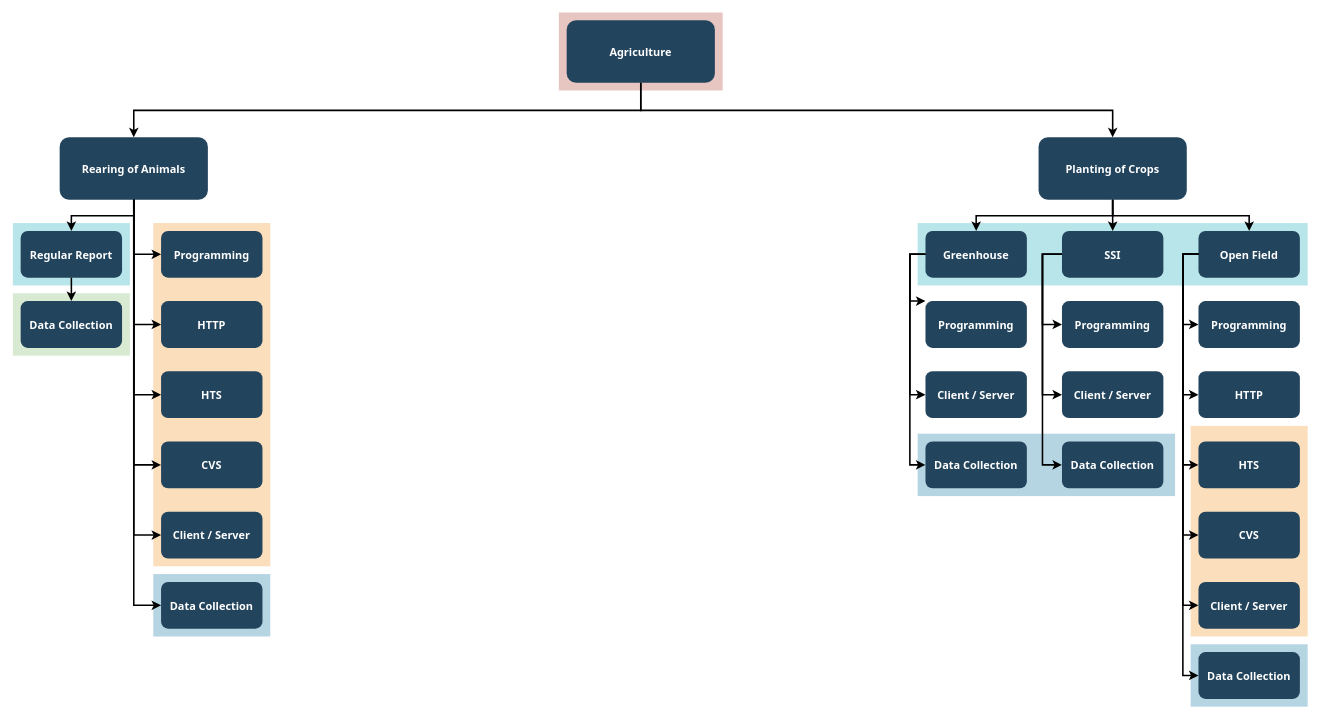
This is Untitled Diagram.drawio from obasekore/drawings, a draw.io file, before an edit. Source tidied: cells renumbered, new cells numbered last; positions are measured from the earlier drawing's top-left corner, leaving out a move shared by most shapes. Both pictures are drawn from the tidied source at 78%, with x=0, y=0 at pixel (12, 12).
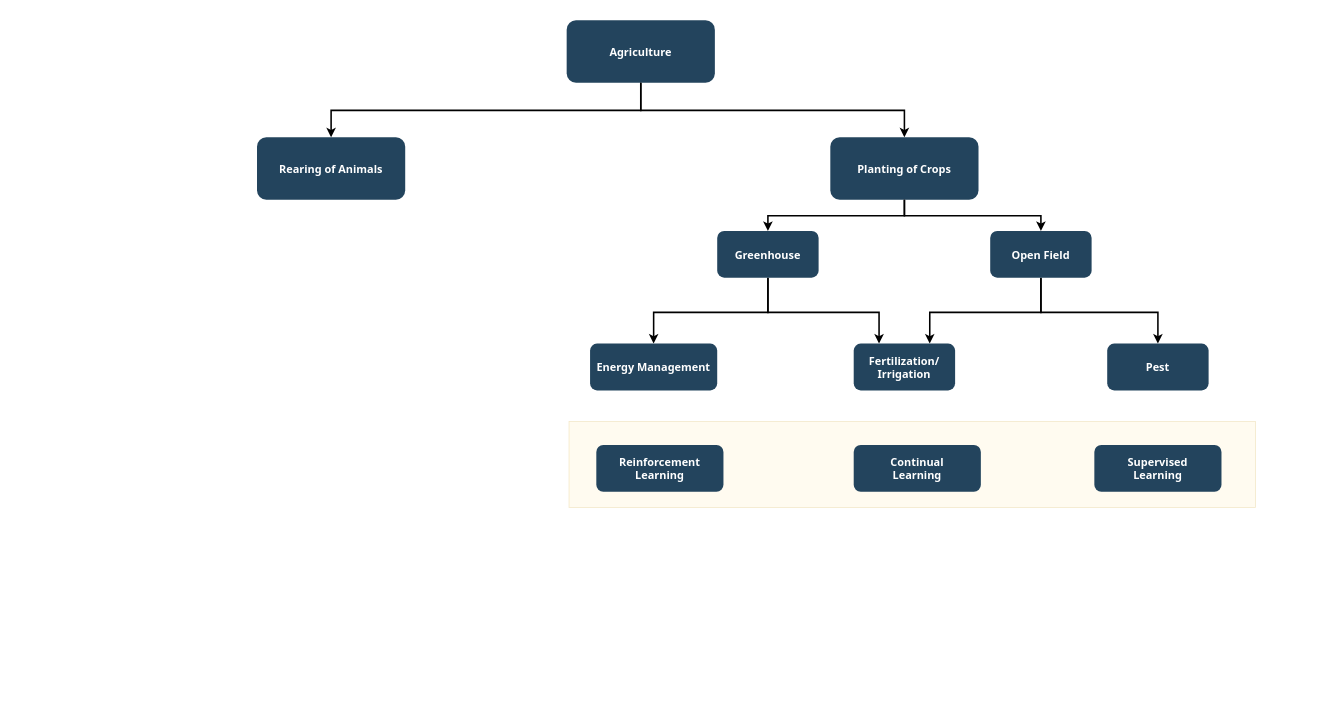
The same diagram, later.

The change refers to these unchanged cells:
```xml
<mxCell id="11" value="Agriculture" style="rounded=1;fillColor=#23445D;gradientColor=none;strokeColor=none;fontColor=#FFFFFF;fontStyle=1;fontFamily=Tahoma;fontSize=14;" parent="1" vertex="1">
  <mxGeometry x="710" y="9.5" width="190" height="80" as="geometry" />
</mxCell>
```

Diff of the diagram source:
```diff
@@
-    <mxCell id="2" style="fillColor=#AE4132;strokeColor=none;opacity=30;" parent="1" vertex="1">
-      <mxGeometry x="700" y="-0.5" width="210" height="100" as="geometry" />
-    </mxCell>
-    <mxCell id="3" style="fillColor=#F2931E;strokeColor=none;opacity=30;" parent="1" vertex="1">
-      <mxGeometry x="1510" y="529.5" width="150" height="270" as="geometry" />
-    </mxCell>
-    <mxCell id="4" style="fillColor=#F2931E;strokeColor=none;opacity=30;" parent="1" vertex="1">
-      <mxGeometry x="180" y="269.5" width="150" height="440" as="geometry" />
-    </mxCell>
-    <mxCell id="5" style="fillColor=#10739E;strokeColor=none;opacity=30;" parent="1" vertex="1">
-      <mxGeometry x="1510" y="809.5" width="150" height="80" as="geometry" />
-    </mxCell>
-    <mxCell id="6" style="fillColor=#10739E;strokeColor=none;opacity=30;" parent="1" vertex="1">
-      <mxGeometry x="1160" y="539.5" width="330" height="80" as="geometry" />
-    </mxCell>
-    <mxCell id="7" style="fillColor=#10739E;strokeColor=none;opacity=30;" parent="1" vertex="1">
-      <mxGeometry x="180" y="719.5" width="150" height="80" as="geometry" />
-    </mxCell>
-    <mxCell id="8" style="fillColor=#D9EAD3;strokeColor=none;" parent="1" vertex="1">
-      <mxGeometry y="359.5" width="150" height="80" as="geometry" />
-    </mxCell>
-    <mxCell id="9" style="fillColor=#12AAB5;strokeColor=none;opacity=30;" parent="1" vertex="1">
-      <mxGeometry x="1160" y="269.5" width="500" height="80" as="geometry" />
-    </mxCell>
-    <mxCell id="10" style="fillColor=#12AAB5;strokeColor=none;opacity=30;" parent="1" vertex="1">
-      <mxGeometry y="269.5" width="150" height="80" as="geometry" />
-    </mxCell>
+    <mxCell id="62" style="rounded=0;whiteSpace=wrap;html=1;fillColor=#fff2cc;strokeColor=#d6b656;opacity=30;" parent="1" vertex="1">
+      <mxGeometry x="713" y="524" width="880" height="110" as="geometry" />
+    </mxCell>
@@
     <mxCell id="12" value="Planting of Crops" style="rounded=1;fillColor=#23445D;gradientColor=none;strokeColor=none;fontColor=#FFFFFF;fontStyle=1;fontFamily=Tahoma;fontSize=14;" parent="1" vertex="1">
-      <mxGeometry x="1315" y="159.5" width="190" height="80" as="geometry" />
+      <mxGeometry x="1048" y="159.5" width="190" height="80" as="geometry" />
     </mxCell>
-    <mxCell id="13" style="edgeStyle=elbowEdgeStyle;elbow=vertical;strokeWidth=2;rounded=0;" parent="1" edge="1" source="11" target="12">
+    <mxCell id="13" style="edgeStyle=elbowEdgeStyle;elbow=vertical;strokeWidth=2;rounded=0;flowAnimation=1;" parent="1" edge="1" source="11" target="12">
       <mxGeometry x="337" y="215.5" as="geometry" />
     </mxCell>
     <mxCell id="14" value="Rearing of Animals" style="rounded=1;fillColor=#23445D;gradientColor=none;strokeColor=none;fontColor=#FFFFFF;fontStyle=1;fontFamily=Tahoma;fontSize=14;" parent="1" vertex="1">
-      <mxGeometry x="60" y="159.5" width="190" height="80" as="geometry" />
+      <mxGeometry x="313" y="159.5" width="190" height="80" as="geometry" />
     </mxCell>
-    <mxCell id="15" value="Regular Report" style="rounded=1;fillColor=#23445D;gradientColor=none;strokeColor=none;fontColor=#FFFFFF;fontStyle=1;fontFamily=Tahoma;fontSize=14;" parent="1" vertex="1">
-      <mxGeometry x="10" y="279.5" width="130" height="60" as="geometry" />
-    </mxCell>
-    <mxCell id="16" value="Data Collection" style="rounded=1;fillColor=#23445D;gradientColor=none;strokeColor=none;fontColor=#FFFFFF;fontStyle=1;fontFamily=Tahoma;fontSize=14;" parent="1" vertex="1">
-      <mxGeometry x="10" y="369.5" width="130" height="60" as="geometry" />
-    </mxCell>
-    <mxCell id="17" value="Programming" style="rounded=1;fillColor=#23445D;gradientColor=none;strokeColor=none;fontColor=#FFFFFF;fontStyle=1;fontFamily=Tahoma;fontSize=14;" parent="1" vertex="1">
-      <mxGeometry x="190" y="279.5" width="130" height="60" as="geometry" />
-    </mxCell>
-    <mxCell id="18" value="HTTP" style="rounded=1;fillColor=#23445D;gradientColor=none;strokeColor=none;fontColor=#FFFFFF;fontStyle=1;fontFamily=Tahoma;fontSize=14;" parent="1" vertex="1">
-      <mxGeometry x="190" y="369.5" width="130" height="60" as="geometry" />
-    </mxCell>
-    <mxCell id="19" value="HTS" style="rounded=1;fillColor=#23445D;gradientColor=none;strokeColor=none;fontColor=#FFFFFF;fontStyle=1;fontFamily=Tahoma;fontSize=14;" parent="1" vertex="1">
-      <mxGeometry x="190" y="459.5" width="130" height="60" as="geometry" />
-    </mxCell>
-    <mxCell id="20" value="CVS" style="rounded=1;fillColor=#23445D;gradientColor=none;strokeColor=none;fontColor=#FFFFFF;fontStyle=1;fontFamily=Tahoma;fontSize=14;" parent="1" vertex="1">
-      <mxGeometry x="190" y="549.5" width="130" height="60" as="geometry" />
-    </mxCell>
-    <mxCell id="21" value="Client / Server" style="rounded=1;fillColor=#23445D;gradientColor=none;strokeColor=none;fontColor=#FFFFFF;fontStyle=1;fontFamily=Tahoma;fontSize=14;" parent="1" vertex="1">
-      <mxGeometry x="190" y="639.5" width="130" height="60" as="geometry" />
-    </mxCell>
-    <mxCell id="22" value="Data Collection" style="rounded=1;fillColor=#23445D;gradientColor=none;strokeColor=none;fontColor=#FFFFFF;fontStyle=1;fontFamily=Tahoma;fontSize=14;" parent="1" vertex="1">
-      <mxGeometry x="190" y="729.5" width="130" height="60" as="geometry" />
-    </mxCell>
+    <mxCell id="63" style="edgeStyle=orthogonalEdgeStyle;rounded=0;jettySize=auto;html=1;exitX=0.5;exitY=1;exitDx=0;exitDy=0;entryX=0.25;entryY=0;entryDx=0;entryDy=0;strokeWidth=2;flowAnimation=1;" parent="1" edge="1" source="23" target="32">
+      <mxGeometry relative="1" as="geometry">
+        <Array as="points">
+          <mxPoint x="968" y="384" />
+          <mxPoint x="1111" y="384" />
+        </Array>
+      </mxGeometry>
+    </mxCell>
+    <mxCell id="64" style="edgeStyle=orthogonalEdgeStyle;rounded=0;jettySize=auto;html=1;exitX=0.5;exitY=1;exitDx=0;exitDy=0;entryX=0.5;entryY=0;entryDx=0;entryDy=0;strokeWidth=2;flowAnimation=1;" parent="1" edge="1" source="23" target="67">
+      <mxGeometry relative="1" as="geometry">
+        <Array as="points">
+          <mxPoint x="968" y="384" />
+          <mxPoint x="822" y="384" />
+        </Array>
+      </mxGeometry>
+    </mxCell>
     <mxCell id="23" value="Greenhouse" style="rounded=1;fillColor=#23445D;gradientColor=none;strokeColor=none;fontColor=#FFFFFF;fontStyle=1;fontFamily=Tahoma;fontSize=14;" parent="1" vertex="1">
-      <mxGeometry x="1170" y="279.5" width="130" height="60" as="geometry" />
+      <mxGeometry x="903" y="279.5" width="130" height="60" as="geometry" />
     </mxCell>
-    <mxCell id="24" value="Programming" style="rounded=1;fillColor=#23445D;gradientColor=none;strokeColor=none;fontColor=#FFFFFF;fontStyle=1;fontFamily=Tahoma;fontSize=14;" parent="1" vertex="1">
-      <mxGeometry x="1170" y="369.5" width="130" height="60" as="geometry" />
-    </mxCell>
-    <mxCell id="25" value="Client / Server" style="rounded=1;fillColor=#23445D;gradientColor=none;strokeColor=none;fontColor=#FFFFFF;fontStyle=1;fontFamily=Tahoma;fontSize=14;" parent="1" vertex="1">
-      <mxGeometry x="1170" y="459.5" width="130" height="60" as="geometry" />
-    </mxCell>
-    <mxCell id="26" value="Data Collection" style="rounded=1;fillColor=#23445D;gradientColor=none;strokeColor=none;fontColor=#FFFFFF;fontStyle=1;fontFamily=Tahoma;fontSize=14;" parent="1" vertex="1">
-      <mxGeometry x="1170" y="549.5" width="130" height="60" as="geometry" />
-    </mxCell>
-    <mxCell id="27" value="SSI" style="rounded=1;fillColor=#23445D;gradientColor=none;strokeColor=none;fontColor=#FFFFFF;fontStyle=1;fontFamily=Tahoma;fontSize=14;" parent="1" vertex="1">
-      <mxGeometry x="1345" y="279.5" width="130" height="60" as="geometry" />
-    </mxCell>
-    <mxCell id="28" value="Programming" style="rounded=1;fillColor=#23445D;gradientColor=none;strokeColor=none;fontColor=#FFFFFF;fontStyle=1;fontFamily=Tahoma;fontSize=14;" parent="1" vertex="1">
-      <mxGeometry x="1345" y="369.5" width="130" height="60" as="geometry" />
-    </mxCell>
-    <mxCell id="29" value="Client / Server" style="rounded=1;fillColor=#23445D;gradientColor=none;strokeColor=none;fontColor=#FFFFFF;fontStyle=1;fontFamily=Tahoma;fontSize=14;" parent="1" vertex="1">
-      <mxGeometry x="1345" y="459.5" width="130" height="60" as="geometry" />
-    </mxCell>
-    <mxCell id="30" value="Data Collection" style="rounded=1;fillColor=#23445D;gradientColor=none;strokeColor=none;fontColor=#FFFFFF;fontStyle=1;fontFamily=Tahoma;fontSize=14;" parent="1" vertex="1">
-      <mxGeometry x="1345" y="549.5" width="130" height="60" as="geometry" />
-    </mxCell>
+    <mxCell id="52" style="edgeStyle=orthogonalEdgeStyle;rounded=0;jettySize=auto;html=1;exitX=0.5;exitY=1;exitDx=0;exitDy=0;entryX=0.75;entryY=0;entryDx=0;entryDy=0;strokeWidth=2;flowAnimation=1;" parent="1" edge="1" source="31" target="32">
+      <mxGeometry relative="1" as="geometry">
+        <Array as="points">
+          <mxPoint x="1318" y="384" />
+          <mxPoint x="1176" y="384" />
+        </Array>
+      </mxGeometry>
+    </mxCell>
+    <mxCell id="65" style="edgeStyle=orthogonalEdgeStyle;rounded=0;jettySize=auto;html=1;exitX=0.5;exitY=1;exitDx=0;exitDy=0;entryX=0.5;entryY=0;entryDx=0;entryDy=0;strokeWidth=2;flowAnimation=1;" parent="1" edge="1" source="31" target="66">
+      <mxGeometry relative="1" as="geometry">
+        <Array as="points">
+          <mxPoint x="1318" y="384" />
+          <mxPoint x="1468" y="384" />
+        </Array>
+      </mxGeometry>
+    </mxCell>
     <mxCell id="31" value="Open Field" style="rounded=1;fillColor=#23445D;gradientColor=none;strokeColor=none;fontColor=#FFFFFF;fontStyle=1;fontFamily=Tahoma;fontSize=14;" parent="1" vertex="1">
-      <mxGeometry x="1520" y="279.5" width="130" height="60" as="geometry" />
+      <mxGeometry x="1253" y="279.5" width="130" height="60" as="geometry" />
     </mxCell>
-    <mxCell id="32" value="Programming" style="rounded=1;fillColor=#23445D;gradientColor=none;strokeColor=none;fontColor=#FFFFFF;fontStyle=1;fontFamily=Tahoma;fontSize=14;" parent="1" vertex="1">
-      <mxGeometry x="1520" y="369.5" width="130" height="60" as="geometry" />
+    <mxCell id="32" value="Fertilization/&#10;Irrigation" style="rounded=1;fillColor=#23445D;gradientColor=none;strokeColor=none;fontColor=#FFFFFF;fontStyle=1;fontFamily=Tahoma;fontSize=14;" parent="1" vertex="1">
+      <mxGeometry x="1078" y="424" width="130" height="60" as="geometry" />
     </mxCell>
-    <mxCell id="33" value="HTTP" style="rounded=1;fillColor=#23445D;gradientColor=none;strokeColor=none;fontColor=#FFFFFF;fontStyle=1;fontFamily=Tahoma;fontSize=14;" parent="1" vertex="1">
-      <mxGeometry x="1520" y="459.5" width="130" height="60" as="geometry" />
-    </mxCell>
-    <mxCell id="34" value="HTS" style="rounded=1;fillColor=#23445D;gradientColor=none;strokeColor=none;fontColor=#FFFFFF;fontStyle=1;fontFamily=Tahoma;fontSize=14;" parent="1" vertex="1">
-      <mxGeometry x="1520" y="549.5" width="130" height="60" as="geometry" />
-    </mxCell>
-    <mxCell id="35" value="CVS" style="rounded=1;fillColor=#23445D;gradientColor=none;strokeColor=none;fontColor=#FFFFFF;fontStyle=1;fontFamily=Tahoma;fontSize=14;" parent="1" vertex="1">
-      <mxGeometry x="1520" y="639.5" width="130" height="60" as="geometry" />
-    </mxCell>
-    <mxCell id="36" value="Client / Server" style="rounded=1;fillColor=#23445D;gradientColor=none;strokeColor=none;fontColor=#FFFFFF;fontStyle=1;fontFamily=Tahoma;fontSize=14;" parent="1" vertex="1">
-      <mxGeometry x="1520" y="729.5" width="130" height="60" as="geometry" />
-    </mxCell>
-    <mxCell id="37" value="Data Collection" style="rounded=1;fillColor=#23445D;gradientColor=none;strokeColor=none;fontColor=#FFFFFF;fontStyle=1;fontFamily=Tahoma;fontSize=14;" parent="1" vertex="1">
-      <mxGeometry x="1520" y="819.5" width="130" height="60" as="geometry" />
-    </mxCell>
@@
-    <mxCell id="39" style="edgeStyle=elbowEdgeStyle;elbow=vertical;strokeWidth=2;rounded=0;" parent="1" edge="1" source="14" target="15">
-      <mxGeometry x="-23" y="135.5" as="geometry" />
-    </mxCell>
-    <mxCell id="40" style="edgeStyle=elbowEdgeStyle;elbow=horizontal;strokeWidth=2;rounded=0;" parent="1" edge="1" source="14" target="17">
-      <mxGeometry x="-23" y="135.5" as="geometry">
-        <Array as="points">
-          <mxPoint x="155" y="259.5" />
-        </Array>
-      </mxGeometry>
-    </mxCell>
-    <mxCell id="41" style="edgeStyle=elbowEdgeStyle;elbow=horizontal;strokeWidth=2;rounded=0;" parent="1" edge="1" source="14" target="18">
-      <mxGeometry x="-23" y="135.5" as="geometry">
-        <Array as="points">
-          <mxPoint x="155" y="299.5" />
-        </Array>
-      </mxGeometry>
-    </mxCell>
-    <mxCell id="42" style="edgeStyle=elbowEdgeStyle;elbow=horizontal;strokeWidth=2;rounded=0;" parent="1" edge="1" source="14" target="19">
-      <mxGeometry x="-23" y="135.5" as="geometry">
-        <Array as="points">
-          <mxPoint x="155" y="349.5" />
-        </Array>
-      </mxGeometry>
-    </mxCell>
-    <mxCell id="43" style="edgeStyle=elbowEdgeStyle;elbow=horizontal;strokeWidth=2;rounded=0;" parent="1" edge="1" source="14" target="20">
-      <mxGeometry x="-23" y="135.5" as="geometry">
-        <Array as="points">
-          <mxPoint x="155" y="399.5" />
-        </Array>
-      </mxGeometry>
-    </mxCell>
-    <mxCell id="44" style="edgeStyle=elbowEdgeStyle;elbow=horizontal;strokeWidth=2;rounded=0;" parent="1" edge="1" source="14" target="21">
-      <mxGeometry x="-23" y="135.5" as="geometry">
-        <Array as="points">
-          <mxPoint x="155" y="439.5" />
-        </Array>
-      </mxGeometry>
-    </mxCell>
-    <mxCell id="45" style="edgeStyle=elbowEdgeStyle;elbow=horizontal;strokeWidth=2;rounded=0;" parent="1" edge="1" source="14" target="22">
-      <mxGeometry x="-23" y="135.5" as="geometry">
-        <Array as="points">
-          <mxPoint x="155" y="489.5" />
-        </Array>
-      </mxGeometry>
-    </mxCell>
-    <mxCell id="46" style="edgeStyle=elbowEdgeStyle;elbow=horizontal;strokeWidth=2;rounded=0;" parent="1" edge="1" source="23" target="24">
-      <mxGeometry x="-23" y="135.5" as="geometry">
-        <Array as="points">
-          <mxPoint x="1150" y="369.5" />
-        </Array>
-      </mxGeometry>
-    </mxCell>
-    <mxCell id="47" style="edgeStyle=elbowEdgeStyle;elbow=horizontal;strokeWidth=2;rounded=0;" parent="1" edge="1" source="23" target="25">
-      <mxGeometry x="-23" y="135.5" as="geometry">
-        <Array as="points">
-          <mxPoint x="1150" y="399.5" />
-        </Array>
-      </mxGeometry>
-    </mxCell>
-    <mxCell id="48" style="edgeStyle=elbowEdgeStyle;elbow=horizontal;strokeWidth=2;rounded=0;" parent="1" edge="1" source="23" target="26">
-      <mxGeometry x="-23" y="135.5" as="geometry">
-        <Array as="points">
-          <mxPoint x="1150" y="449.5" />
-        </Array>
-      </mxGeometry>
-    </mxCell>
-    <mxCell id="49" style="edgeStyle=elbowEdgeStyle;elbow=horizontal;strokeWidth=2;rounded=0;" parent="1" edge="1" source="27" target="28">
-      <mxGeometry x="-23" y="135.5" as="geometry">
-        <Array as="points">
-          <mxPoint x="1320" y="359.5" />
-        </Array>
-      </mxGeometry>
-    </mxCell>
-    <mxCell id="50" style="edgeStyle=elbowEdgeStyle;elbow=horizontal;strokeWidth=2;rounded=0;" parent="1" edge="1" source="27" target="29">
-      <mxGeometry x="-23" y="135.5" as="geometry">
-        <Array as="points">
-          <mxPoint x="1320" y="419.5" />
-        </Array>
-      </mxGeometry>
-    </mxCell>
-    <mxCell id="51" style="edgeStyle=elbowEdgeStyle;elbow=horizontal;strokeWidth=2;rounded=0;" parent="1" edge="1" source="27" target="30">
-      <mxGeometry x="-23" y="135.5" as="geometry">
-        <Array as="points">
-          <mxPoint x="1320" y="449.5" />
-        </Array>
-      </mxGeometry>
-    </mxCell>
-    <mxCell id="52" style="edgeStyle=elbowEdgeStyle;elbow=horizontal;strokeWidth=2;rounded=0;" parent="1" edge="1" source="31" target="32">
-      <mxGeometry x="-23" y="135.5" as="geometry">
-        <Array as="points">
-          <mxPoint x="1500" y="359.5" />
-        </Array>
-      </mxGeometry>
-    </mxCell>
-    <mxCell id="53" style="edgeStyle=elbowEdgeStyle;elbow=horizontal;strokeWidth=2;rounded=0;" parent="1" edge="1" source="31" target="33">
-      <mxGeometry x="-23" y="135.5" as="geometry">
-        <Array as="points">
-          <mxPoint x="1500" y="399.5" />
-        </Array>
-      </mxGeometry>
-    </mxCell>
-    <mxCell id="54" style="edgeStyle=elbowEdgeStyle;elbow=horizontal;strokeWidth=2;rounded=0;" parent="1" edge="1" source="31" target="34">
-      <mxGeometry x="-23" y="135.5" as="geometry">
-        <Array as="points">
-          <mxPoint x="1500" y="449.5" />
-        </Array>
-      </mxGeometry>
-    </mxCell>
-    <mxCell id="55" style="edgeStyle=elbowEdgeStyle;elbow=horizontal;strokeWidth=2;rounded=0;" parent="1" edge="1" source="31" target="35">
-      <mxGeometry x="-23" y="135.5" as="geometry">
-        <Array as="points">
-          <mxPoint x="1500" y="499.5" />
-        </Array>
-      </mxGeometry>
-    </mxCell>
-    <mxCell id="56" style="edgeStyle=elbowEdgeStyle;elbow=horizontal;strokeWidth=2;rounded=0;" parent="1" edge="1" source="31" target="36">
-      <mxGeometry x="-23" y="135.5" as="geometry">
-        <Array as="points">
-          <mxPoint x="1500" y="549.5" />
-        </Array>
-      </mxGeometry>
-    </mxCell>
-    <mxCell id="57" style="edgeStyle=elbowEdgeStyle;elbow=horizontal;strokeWidth=2;rounded=0;" parent="1" edge="1" source="31" target="37">
-      <mxGeometry x="-23" y="135.5" as="geometry">
-        <Array as="points">
-          <mxPoint x="1500" y="589.5" />
-        </Array>
-      </mxGeometry>
-    </mxCell>
-    <mxCell id="58" style="edgeStyle=elbowEdgeStyle;elbow=vertical;strokeWidth=2;rounded=0;" parent="1" edge="1" source="12" target="27">
-      <mxGeometry x="-23" y="135.5" as="geometry" />
-    </mxCell>
-    <mxCell id="59" style="edgeStyle=elbowEdgeStyle;elbow=vertical;strokeWidth=2;rounded=0;" parent="1" edge="1" source="12" target="23">
+    <mxCell id="59" style="edgeStyle=elbowEdgeStyle;elbow=vertical;strokeWidth=2;rounded=0;flowAnimation=1;" parent="1" edge="1" source="12" target="23">
       <mxGeometry x="-23" y="135.5" as="geometry" />
     </mxCell>
-    <mxCell id="60" style="edgeStyle=elbowEdgeStyle;elbow=vertical;strokeWidth=2;rounded=0;" parent="1" edge="1" source="12" target="31">
+    <mxCell id="60" style="edgeStyle=elbowEdgeStyle;elbow=vertical;strokeWidth=2;rounded=0;flowAnimation=1;" parent="1" edge="1" source="12" target="31">
       <mxGeometry x="-23" y="135.5" as="geometry" />
     </mxCell>
-    <mxCell id="61" style="edgeStyle=elbowEdgeStyle;elbow=vertical;rounded=0;strokeWidth=2;" parent="1" edge="1" source="15" target="16">
-      <mxGeometry x="-23" y="135.5" as="geometry" />
-    </mxCell>
+    <mxCell id="66" value="Pest" style="rounded=1;fillColor=#23445D;gradientColor=none;strokeColor=none;fontColor=#FFFFFF;fontStyle=1;fontFamily=Tahoma;fontSize=14;" parent="1" vertex="1">
+      <mxGeometry x="1403" y="424" width="130" height="60" as="geometry" />
+    </mxCell>
+    <mxCell id="67" value="Energy Management" style="rounded=1;fillColor=#23445D;gradientColor=none;strokeColor=none;fontColor=#FFFFFF;fontStyle=1;fontFamily=Tahoma;fontSize=14;" parent="1" vertex="1">
+      <mxGeometry x="740" y="424" width="163" height="60" as="geometry" />
+    </mxCell>
+    <mxCell id="68" value="Reinforcement&#10;Learning" style="rounded=1;fillColor=#23445D;gradientColor=none;strokeColor=none;fontColor=#FFFFFF;fontStyle=1;fontFamily=Tahoma;fontSize=14;" parent="1" vertex="1">
+      <mxGeometry x="748" y="554" width="163" height="60" as="geometry" />
+    </mxCell>
+    <mxCell id="69" value="Continual&#10;Learning" style="rounded=1;fillColor=#23445D;gradientColor=none;strokeColor=none;fontColor=#FFFFFF;fontStyle=1;fontFamily=Tahoma;fontSize=14;" parent="1" vertex="1">
+      <mxGeometry x="1078" y="554" width="163" height="60" as="geometry" />
+    </mxCell>
+    <mxCell id="70" value="Supervised&#10;Learning" style="rounded=1;fillColor=#23445D;gradientColor=none;strokeColor=none;fontColor=#FFFFFF;fontStyle=1;fontFamily=Tahoma;fontSize=14;" parent="1" vertex="1">
+      <mxGeometry x="1386.5" y="554" width="163" height="60" as="geometry" />
+    </mxCell>
```
